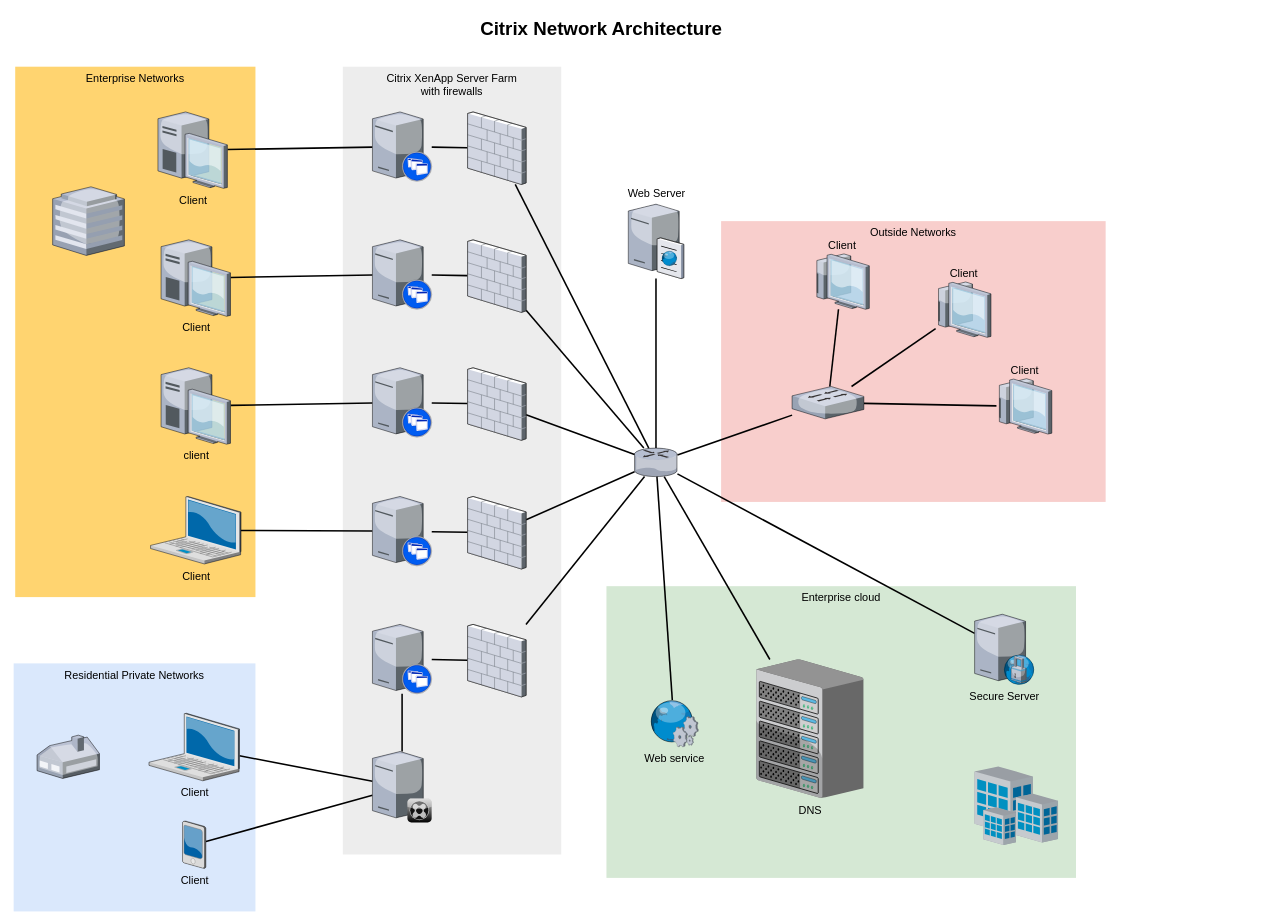
The draw.io diagram MarvinsAnatomy_20240824_v1.drawio in RyanLynchUF/HomeAssistant, before the edit. Source tidied: cells renumbered, new cells numbered last; positions are measured from the earlier drawing's top-left corner, leaving out a move shared by most shapes. Both pictures are drawn from the tidied source at 78%, with x=0, y=0 at pixel (13, 13).
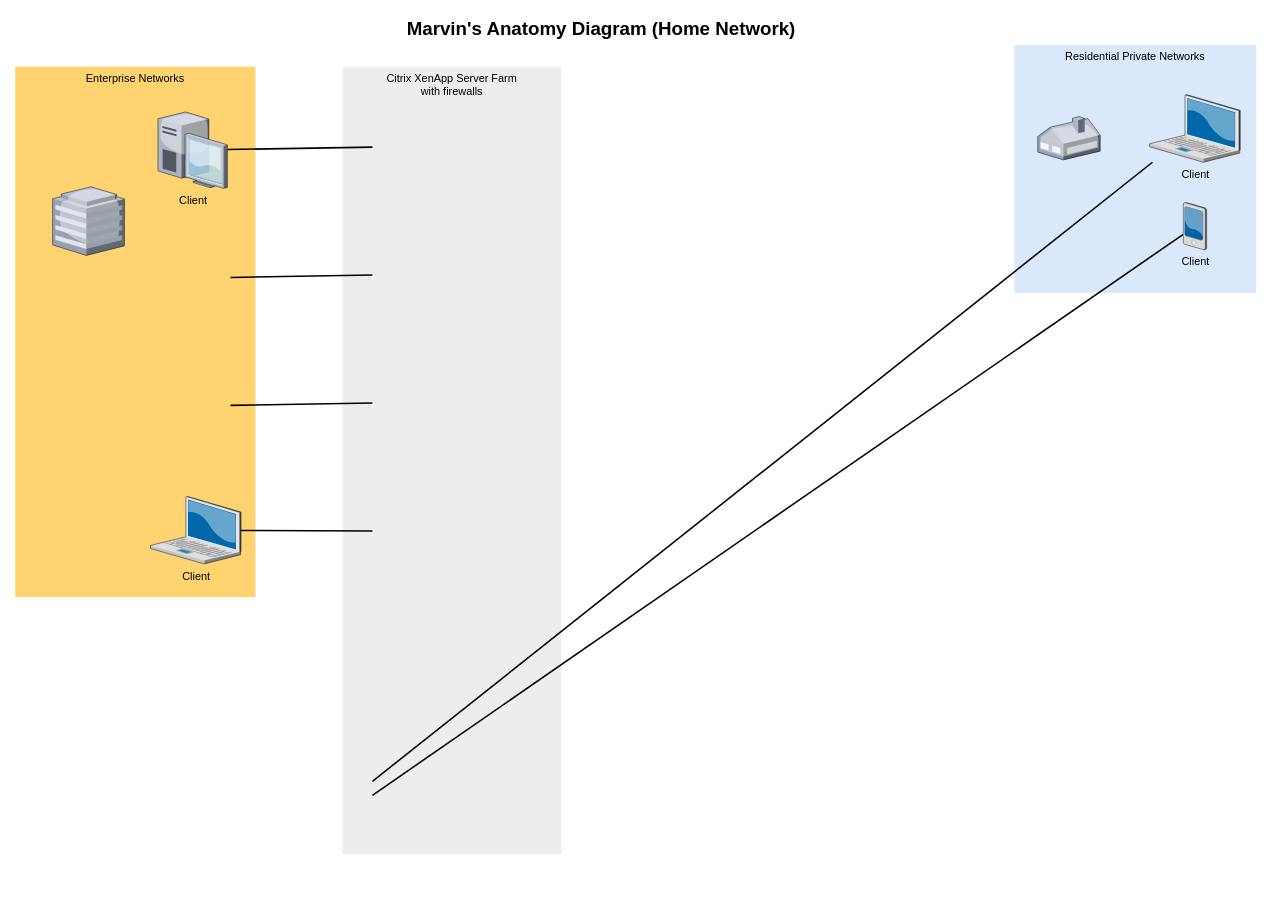
After the change.

Unchanged cells that the change refers to:
```xml
<mxCell id="10" value="Client" style="verticalLabelPosition=bottom;html=1;verticalAlign=top;strokeColor=none;shape=mxgraph.citrix.laptop_2;fillColor=#66B2FF;gradientColor=#0066CC;fontSize=14;" parent="1" vertex="1">
  <mxGeometry x="175.5" y="619" width="116" height="86.5" as="geometry" />
</mxCell>
<mxCell id="16" value="Client" style="verticalLabelPosition=bottom;html=1;verticalAlign=top;strokeColor=none;shape=mxgraph.citrix.desktop;fillColor=#66B2FF;gradientColor=#0066CC;fontSize=14;" parent="1" vertex="1">
  <mxGeometry x="185" y="126" width="89" height="98" as="geometry" />
</mxCell>
```

What changed in the source:
```diff
@@
-    <mxCell id="2" value="Outside Networks" style="whiteSpace=wrap;html=1;fillColor=#f8cecc;fontSize=14;strokeColor=none;verticalAlign=top;" parent="1" vertex="1">
-      <mxGeometry x="907" y="266" width="493" height="360" as="geometry" />
-    </mxCell>
-    <mxCell id="3" value="Enterprise cloud" style="whiteSpace=wrap;html=1;fillColor=#d5e8d4;fontSize=14;strokeColor=none;verticalAlign=top;" parent="1" vertex="1">
-      <mxGeometry x="760" y="734" width="602" height="374" as="geometry" />
-    </mxCell>
@@
     <mxCell id="5" value="Residential Private Networks" style="whiteSpace=wrap;html=1;fillColor=#dae8fc;fontSize=14;strokeColor=none;verticalAlign=top;" parent="1" vertex="1">
-      <mxGeometry y="833" width="310" height="318" as="geometry" />
+      <mxGeometry x="1283" y="40" width="310" height="318" as="geometry" />
     </mxCell>
@@
-    <mxCell id="7" style="edgeStyle=none;rounded=0;html=1;startSize=10;endSize=10;jettySize=auto;fontSize=14;endArrow=none;endFill=0;strokeWidth=2;" parent="1" edge="1" source="8" target="35">
-      <mxGeometry relative="1" as="geometry" />
+    <mxCell id="7" style="edgeStyle=none;rounded=0;html=1;startSize=10;endSize=10;jettySize=auto;fontSize=14;endArrow=none;endFill=0;strokeWidth=2;" parent="1" edge="1" source="8">
+      <mxGeometry relative="1" as="geometry">
+        <mxPoint x="460" y="984.2" as="targetPoint" />
+      </mxGeometry>
     </mxCell>
     <mxCell id="8" value="Client" style="verticalLabelPosition=bottom;html=1;verticalAlign=top;strokeColor=none;shape=mxgraph.citrix.laptop_2;fillColor=#66B2FF;gradientColor=#0066CC;fontSize=14;" parent="1" vertex="1">
-      <mxGeometry x="173.5" y="897" width="116" height="86.5" as="geometry" />
+      <mxGeometry x="1456.5" y="104" width="116" height="86.5" as="geometry" />
     </mxCell>
-    <mxCell id="9" style="edgeStyle=none;rounded=0;html=1;startSize=10;endSize=10;jettySize=auto;fontSize=14;endArrow=none;endFill=0;strokeWidth=2;" parent="1" edge="1" source="10" target="22">
-      <mxGeometry relative="1" as="geometry" />
+    <mxCell id="9" style="edgeStyle=none;rounded=0;html=1;startSize=10;endSize=10;jettySize=auto;fontSize=14;endArrow=none;endFill=0;strokeWidth=2;" parent="1" edge="1" source="10">
+      <mxGeometry relative="1" as="geometry">
+        <mxPoint x="460" y="663.3" as="targetPoint" />
+      </mxGeometry>
     </mxCell>
@@
-    <mxCell id="11" style="edgeStyle=none;rounded=0;html=1;startSize=10;endSize=10;jettySize=auto;fontSize=14;endArrow=none;endFill=0;strokeWidth=2;" parent="1" edge="1" source="12" target="24">
-      <mxGeometry relative="1" as="geometry" />
+    <mxCell id="11" style="edgeStyle=none;rounded=0;html=1;startSize=10;endSize=10;jettySize=auto;orthogonalLoop=1;fontSize=14;endArrow=none;endFill=0;strokeWidth=2;" parent="1" edge="1">
+      <mxGeometry relative="1" as="geometry">
+        <mxPoint x="278" y="502.2" as="sourcePoint" />
+        <mxPoint x="460" y="499.1" as="targetPoint" />
+      </mxGeometry>
     </mxCell>
-    <mxCell id="12" value="client" style="verticalLabelPosition=bottom;html=1;verticalAlign=top;strokeColor=none;shape=mxgraph.citrix.desktop;fillColor=#66B2FF;gradientColor=#0066CC;fontSize=14;" parent="1" vertex="1">
-      <mxGeometry x="189" y="454" width="89" height="98" as="geometry" />
-    </mxCell>
-    <mxCell id="13" style="edgeStyle=none;rounded=0;html=1;startSize=10;endSize=10;jettySize=auto;fontSize=14;endArrow=none;endFill=0;strokeWidth=2;" parent="1" edge="1" source="14" target="26">
-      <mxGeometry relative="1" as="geometry" />
+    <mxCell id="13" style="edgeStyle=none;rounded=0;html=1;startSize=10;endSize=10;jettySize=auto;orthogonalLoop=1;fontSize=14;endArrow=none;endFill=0;strokeWidth=2;" parent="1" edge="1">
+      <mxGeometry relative="1" as="geometry">
+        <mxPoint x="278" y="338.2" as="sourcePoint" />
+        <mxPoint x="460" y="335.1" as="targetPoint" />
+      </mxGeometry>
     </mxCell>
-    <mxCell id="14" value="Client" style="verticalLabelPosition=bottom;html=1;verticalAlign=top;strokeColor=none;shape=mxgraph.citrix.desktop;fillColor=#66B2FF;gradientColor=#0066CC;fontSize=14;" parent="1" vertex="1">
-      <mxGeometry x="189" y="290" width="89" height="98" as="geometry" />
-    </mxCell>
-    <mxCell id="15" style="edgeStyle=none;rounded=0;html=1;startSize=10;endSize=10;jettySize=auto;fontSize=14;endArrow=none;endFill=0;strokeWidth=2;" parent="1" edge="1" source="16" target="28">
-      <mxGeometry relative="1" as="geometry" />
+    <mxCell id="15" style="edgeStyle=none;rounded=0;html=1;startSize=10;endSize=10;jettySize=auto;fontSize=14;endArrow=none;endFill=0;strokeWidth=2;" parent="1" edge="1" source="16">
+      <mxGeometry relative="1" as="geometry">
+        <mxPoint x="460" y="171.1" as="targetPoint" />
+      </mxGeometry>
     </mxCell>
@@
-    <mxCell id="17" style="edgeStyle=none;rounded=0;html=1;startSize=10;endSize=10;jettySize=auto;fontSize=14;endArrow=none;endFill=0;strokeWidth=2;" parent="1" edge="1" source="18" target="35">
-      <mxGeometry relative="1" as="geometry" />
+    <mxCell id="17" style="edgeStyle=none;rounded=0;html=1;startSize=10;endSize=10;jettySize=auto;fontSize=14;endArrow=none;endFill=0;strokeWidth=2;" parent="1" edge="1" source="18">
+      <mxGeometry relative="1" as="geometry">
+        <mxPoint x="460" y="1002.1" as="targetPoint" />
+      </mxGeometry>
     </mxCell>
     <mxCell id="18" value="Client" style="verticalLabelPosition=bottom;html=1;verticalAlign=top;strokeColor=none;shape=mxgraph.citrix.pda;fillColor=#66B2FF;gradientColor=#0066CC;fontSize=14;" parent="1" vertex="1">
-      <mxGeometry x="216.5" y="1035" width="30" height="61" as="geometry" />
+      <mxGeometry x="1499.5" y="242" width="30" height="61" as="geometry" />
     </mxCell>
-    <mxCell id="19" style="edgeStyle=none;rounded=0;html=1;startSize=10;endSize=10;jettySize=auto;fontSize=14;endArrow=none;endFill=0;strokeWidth=2;" parent="1" edge="1" source="20" target="47">
-      <mxGeometry relative="1" as="geometry" />
-    </mxCell>
-    <mxCell id="20" style="verticalLabelPosition=bottom;html=1;verticalAlign=top;strokeColor=none;shape=mxgraph.citrix.xenapp_server;fillColor=#66B2FF;gradientColor=#0066CC;fontSize=14;" parent="1" vertex="1">
-      <mxGeometry x="460" y="783" width="76" height="89" as="geometry" />
-    </mxCell>
-    <mxCell id="21" style="edgeStyle=none;rounded=0;html=1;startSize=10;endSize=10;jettySize=auto;fontSize=14;endArrow=none;endFill=0;strokeWidth=2;" parent="1" edge="1" source="22" target="45">
-      <mxGeometry relative="1" as="geometry" />
-    </mxCell>
-    <mxCell id="22" style="verticalLabelPosition=bottom;html=1;verticalAlign=top;strokeColor=none;shape=mxgraph.citrix.xenapp_server;fillColor=#66B2FF;gradientColor=#0066CC;fontSize=14;" parent="1" vertex="1">
-      <mxGeometry x="460" y="619" width="76" height="89" as="geometry" />
-    </mxCell>
-    <mxCell id="23" style="edgeStyle=none;rounded=0;html=1;startSize=10;endSize=10;jettySize=auto;fontSize=14;endArrow=none;endFill=0;strokeWidth=2;" parent="1" edge="1" source="24" target="43">
-      <mxGeometry relative="1" as="geometry" />
-    </mxCell>
-    <mxCell id="24" style="verticalLabelPosition=bottom;html=1;verticalAlign=top;strokeColor=none;shape=mxgraph.citrix.xenapp_server;fillColor=#66B2FF;gradientColor=#0066CC;fontSize=14;" parent="1" vertex="1">
-      <mxGeometry x="460" y="454" width="76" height="89" as="geometry" />
-    </mxCell>
-    <mxCell id="25" style="edgeStyle=none;rounded=0;html=1;startSize=10;endSize=10;jettySize=auto;fontSize=14;endArrow=none;endFill=0;strokeWidth=2;" parent="1" edge="1" source="26" target="41">
-      <mxGeometry relative="1" as="geometry" />
-    </mxCell>
-    <mxCell id="26" style="verticalLabelPosition=bottom;html=1;verticalAlign=top;strokeColor=none;shape=mxgraph.citrix.xenapp_server;fillColor=#66B2FF;gradientColor=#0066CC;fontSize=14;" parent="1" vertex="1">
-      <mxGeometry x="460" y="290" width="76" height="89" as="geometry" />
-    </mxCell>
-    <mxCell id="27" style="edgeStyle=none;rounded=0;html=1;startSize=10;endSize=10;jettySize=auto;fontSize=14;endArrow=none;endFill=0;strokeWidth=2;" parent="1" edge="1" source="28" target="39">
-      <mxGeometry relative="1" as="geometry" />
-    </mxCell>
-    <mxCell id="28" style="verticalLabelPosition=bottom;html=1;verticalAlign=top;strokeColor=none;shape=mxgraph.citrix.xenapp_server;fillColor=#66B2FF;gradientColor=#0066CC;fontSize=14;" parent="1" vertex="1">
-      <mxGeometry x="460" y="126" width="76" height="89" as="geometry" />
-    </mxCell>
-    <mxCell id="29" style="edgeStyle=none;rounded=0;html=1;startSize=10;endSize=10;jettySize=auto;fontSize=14;endArrow=none;endFill=0;strokeWidth=2;" parent="1" edge="1" source="33" target="37">
-      <mxGeometry relative="1" as="geometry" />
-    </mxCell>
-    <mxCell id="30" style="edgeStyle=none;rounded=0;html=1;startSize=10;endSize=10;jettySize=auto;fontSize=14;endArrow=none;endFill=0;strokeWidth=2;" parent="1" edge="1" source="33" target="36">
-      <mxGeometry relative="1" as="geometry" />
-    </mxCell>
-    <mxCell id="31" style="edgeStyle=none;rounded=0;html=1;startSize=10;endSize=10;jettySize=auto;fontSize=14;endArrow=none;endFill=0;strokeWidth=2;" parent="1" edge="1" source="33" target="54">
-      <mxGeometry relative="1" as="geometry" />
-    </mxCell>
-    <mxCell id="32" style="edgeStyle=none;rounded=0;html=1;startSize=10;endSize=10;jettySize=auto;fontSize=14;endArrow=none;endFill=0;strokeWidth=2;" parent="1" edge="1" source="33" target="50">
-      <mxGeometry relative="1" as="geometry" />
-    </mxCell>
-    <mxCell id="33" style="verticalLabelPosition=bottom;html=1;verticalAlign=top;strokeColor=none;shape=mxgraph.citrix.router;fillColor=#66B2FF;gradientColor=#0066CC;fontSize=14;" parent="1" vertex="1">
-      <mxGeometry x="796" y="557" width="55" height="36.5" as="geometry" />
-    </mxCell>
-    <mxCell id="34" style="edgeStyle=none;rounded=0;html=1;startSize=10;endSize=10;jettySize=auto;fontSize=14;endArrow=none;endFill=0;strokeWidth=2;" parent="1" edge="1" source="35" target="20">
-      <mxGeometry relative="1" as="geometry" />
-    </mxCell>
-    <mxCell id="35" style="verticalLabelPosition=bottom;html=1;verticalAlign=top;strokeColor=none;shape=mxgraph.citrix.xenclient_synchronizer;fillColor=#CCCCCC;gradientColor=#000000;gradientDirection=south;fontSize=14;" parent="1" vertex="1">
-      <mxGeometry x="460" y="946" width="76" height="91" as="geometry" />
-    </mxCell>
-    <mxCell id="36" value="Web Server" style="verticalLabelPosition=top;html=1;verticalAlign=bottom;strokeColor=none;shape=mxgraph.citrix.cache_server;fillColor=#66B2FF;gradientColor=#0066CC;fontSize=14;labelPosition=center;align=center;" parent="1" vertex="1">
-      <mxGeometry x="788" y="242" width="71" height="97.5" as="geometry" />
-    </mxCell>
-    <mxCell id="37" value="DNS" style="verticalLabelPosition=bottom;html=1;verticalAlign=top;strokeColor=none;shape=mxgraph.citrix.chassis;fillColor=#66B2FF;gradientColor=#0066CC;fontSize=14;" parent="1" vertex="1">
-      <mxGeometry x="952" y="828" width="137.5" height="177.5" as="geometry" />
-    </mxCell>
-    <mxCell id="38" style="edgeStyle=none;rounded=0;html=1;startSize=10;endSize=10;jettySize=auto;fontSize=14;endArrow=none;endFill=0;strokeWidth=2;" parent="1" edge="1" source="39" target="33">
-      <mxGeometry relative="1" as="geometry" />
-    </mxCell>
-    <mxCell id="39" style="verticalLabelPosition=bottom;html=1;verticalAlign=top;strokeColor=none;shape=mxgraph.citrix.firewall;fillColor=#66B2FF;gradientColor=#0066CC;fontSize=14;" parent="1" vertex="1">
-      <mxGeometry x="582" y="126" width="75" height="93" as="geometry" />
-    </mxCell>
-    <mxCell id="40" style="edgeStyle=none;rounded=0;html=1;startSize=10;endSize=10;jettySize=auto;fontSize=14;endArrow=none;endFill=0;strokeWidth=2;" parent="1" edge="1" source="41" target="33">
-      <mxGeometry relative="1" as="geometry" />
-    </mxCell>
-    <mxCell id="41" style="verticalLabelPosition=bottom;html=1;verticalAlign=top;strokeColor=none;shape=mxgraph.citrix.firewall;fillColor=#66B2FF;gradientColor=#0066CC;fontSize=14;" parent="1" vertex="1">
-      <mxGeometry x="582" y="290" width="75" height="93" as="geometry" />
-    </mxCell>
-    <mxCell id="42" style="edgeStyle=none;rounded=0;html=1;startSize=10;endSize=10;jettySize=auto;fontSize=14;endArrow=none;endFill=0;strokeWidth=2;" parent="1" edge="1" source="43" target="33">
-      <mxGeometry relative="1" as="geometry" />
-    </mxCell>
-    <mxCell id="43" style="verticalLabelPosition=bottom;html=1;verticalAlign=top;strokeColor=none;shape=mxgraph.citrix.firewall;fillColor=#66B2FF;gradientColor=#0066CC;fontSize=14;" parent="1" vertex="1">
-      <mxGeometry x="582" y="454" width="75" height="93" as="geometry" />
-    </mxCell>
-    <mxCell id="44" style="edgeStyle=none;rounded=0;html=1;startSize=10;endSize=10;jettySize=auto;fontSize=14;endArrow=none;endFill=0;strokeWidth=2;" parent="1" edge="1" source="45" target="33">
-      <mxGeometry relative="1" as="geometry" />
-    </mxCell>
-    <mxCell id="45" style="verticalLabelPosition=bottom;html=1;verticalAlign=top;strokeColor=none;shape=mxgraph.citrix.firewall;fillColor=#66B2FF;gradientColor=#0066CC;fontSize=14;" parent="1" vertex="1">
-      <mxGeometry x="582" y="619" width="75" height="93" as="geometry" />
-    </mxCell>
-    <mxCell id="46" style="edgeStyle=none;rounded=0;html=1;startSize=10;endSize=10;jettySize=auto;fontSize=14;endArrow=none;endFill=0;strokeWidth=2;" parent="1" edge="1" source="47" target="33">
-      <mxGeometry relative="1" as="geometry" />
-    </mxCell>
-    <mxCell id="47" style="verticalLabelPosition=bottom;html=1;verticalAlign=top;strokeColor=none;shape=mxgraph.citrix.firewall;fillColor=#66B2FF;gradientColor=#0066CC;fontSize=14;" parent="1" vertex="1">
-      <mxGeometry x="582" y="783" width="75" height="93" as="geometry" />
-    </mxCell>
     <mxCell id="48" style="verticalLabelPosition=bottom;html=1;verticalAlign=top;strokeColor=none;shape=mxgraph.citrix.home_office;fillColor=#66B2FF;gradientColor=#0066CC;fontSize=14;" parent="1" vertex="1">
-      <mxGeometry x="30" y="925" width="80" height="55.5" as="geometry" />
+      <mxGeometry x="1313" y="132" width="80" height="55.5" as="geometry" />
     </mxCell>
@@
-    <mxCell id="50" value="Secure Server" style="verticalLabelPosition=bottom;html=1;verticalAlign=top;strokeColor=none;shape=mxgraph.citrix.proxy_server;fillColor=#66B2FF;gradientColor=#0066CC;fontSize=14;" parent="1" vertex="1">
-      <mxGeometry x="1232" y="770" width="76.5" height="90" as="geometry" />
-    </mxCell>
-    <mxCell id="51" style="edgeStyle=none;rounded=0;html=1;startSize=10;endSize=10;jettySize=auto;fontSize=14;endArrow=none;endFill=0;strokeWidth=2;" parent="1" edge="1" source="54" target="57">
-      <mxGeometry relative="1" as="geometry" />
-    </mxCell>
-    <mxCell id="52" style="edgeStyle=none;rounded=0;html=1;startSize=10;endSize=10;jettySize=auto;fontSize=14;endArrow=none;endFill=0;strokeWidth=2;" parent="1" edge="1" source="54" target="56">
-      <mxGeometry relative="1" as="geometry" />
-    </mxCell>
-    <mxCell id="53" style="edgeStyle=none;rounded=0;html=1;startSize=10;endSize=10;jettySize=auto;fontSize=14;endArrow=none;endFill=0;strokeWidth=2;" parent="1" edge="1" source="54" target="55">
-      <mxGeometry relative="1" as="geometry" />
-    </mxCell>
-    <mxCell id="54" style="verticalLabelPosition=bottom;html=1;verticalAlign=top;strokeColor=none;shape=mxgraph.citrix.switch;fillColor=#66B2FF;gradientColor=#0066CC;fontSize=14;" parent="1" vertex="1">
-      <mxGeometry x="998" y="478" width="92" height="41.5" as="geometry" />
-    </mxCell>
-    <mxCell id="55" value="Client" style="verticalLabelPosition=top;html=1;verticalAlign=bottom;strokeColor=none;shape=mxgraph.citrix.thin_client;fillColor=#66B2FF;gradientColor=#0066CC;fontSize=14;labelPosition=center;align=center;" parent="1" vertex="1">
-      <mxGeometry x="1260" y="468" width="71" height="71" as="geometry" />
-    </mxCell>
-    <mxCell id="56" value="Client" style="verticalLabelPosition=top;html=1;verticalAlign=bottom;strokeColor=none;shape=mxgraph.citrix.thin_client;fillColor=#66B2FF;gradientColor=#0066CC;fontSize=14;labelPosition=center;align=center;" parent="1" vertex="1">
-      <mxGeometry x="1182" y="344" width="71" height="71" as="geometry" />
-    </mxCell>
-    <mxCell id="57" value="Client" style="verticalLabelPosition=top;html=1;verticalAlign=bottom;strokeColor=none;shape=mxgraph.citrix.thin_client;fillColor=#66B2FF;gradientColor=#0066CC;fontSize=14;labelPosition=center;align=center;" parent="1" vertex="1">
-      <mxGeometry x="1026" y="308" width="71" height="71" as="geometry" />
-    </mxCell>
-    <mxCell id="58" style="edgeStyle=none;rounded=0;html=1;startSize=10;endSize=10;jettySize=auto;fontSize=14;endArrow=none;endFill=0;strokeWidth=2;" parent="1" edge="1" source="59" target="33">
-      <mxGeometry relative="1" as="geometry" />
-    </mxCell>
-    <mxCell id="59" value="Web service" style="verticalLabelPosition=bottom;html=1;verticalAlign=top;strokeColor=none;shape=mxgraph.citrix.web_service;fillColor=#66B2FF;gradientColor=#0066CC;fontSize=14;" parent="1" vertex="1">
-      <mxGeometry x="815" y="880" width="63" height="60" as="geometry" />
-    </mxCell>
-    <mxCell id="60" style="verticalLabelPosition=bottom;html=1;verticalAlign=top;strokeColor=none;shape=mxgraph.citrix.site;fillColor=#66B2FF;gradientColor=#0066CC;fontSize=14;" parent="1" vertex="1">
-      <mxGeometry x="1232" y="965" width="107" height="101" as="geometry" />
-    </mxCell>
-    <mxCell id="61" value="Citrix Network Architecture" style="text;strokeColor=none;fillColor=none;html=1;fontSize=24;fontStyle=1;verticalAlign=middle;align=center;" parent="1" vertex="1">
+    <mxCell id="61" value="Marvin's Anatomy Diagram (Home Network)" style="text;strokeColor=none;fillColor=none;html=1;fontSize=24;fontStyle=1;verticalAlign=middle;align=center;" parent="1" vertex="1">
       <mxGeometry x="322" width="861" height="40" as="geometry" />
     </mxCell>
```
